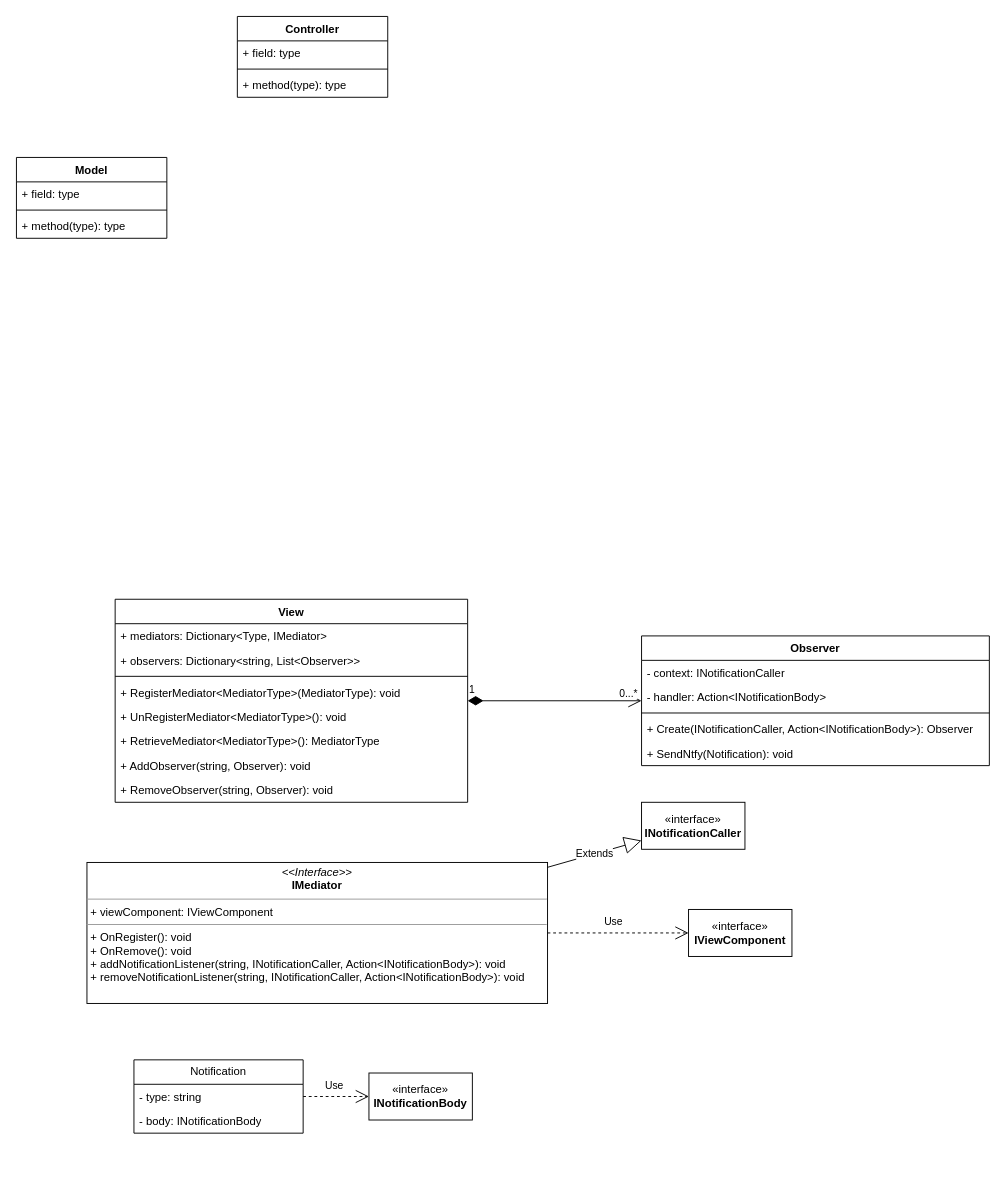
Earlier version of the draw.io diagram pureMVC.drawio (GameCater/DrawIO). Source tidied: cells renumbered, new cells numbered last; positions are measured from the earlier drawing's top-left corner, leaving out a move shared by most shapes. Both pictures are drawn from the tidied source at 94%, with x=0, y=0 at pixel (16, 16).
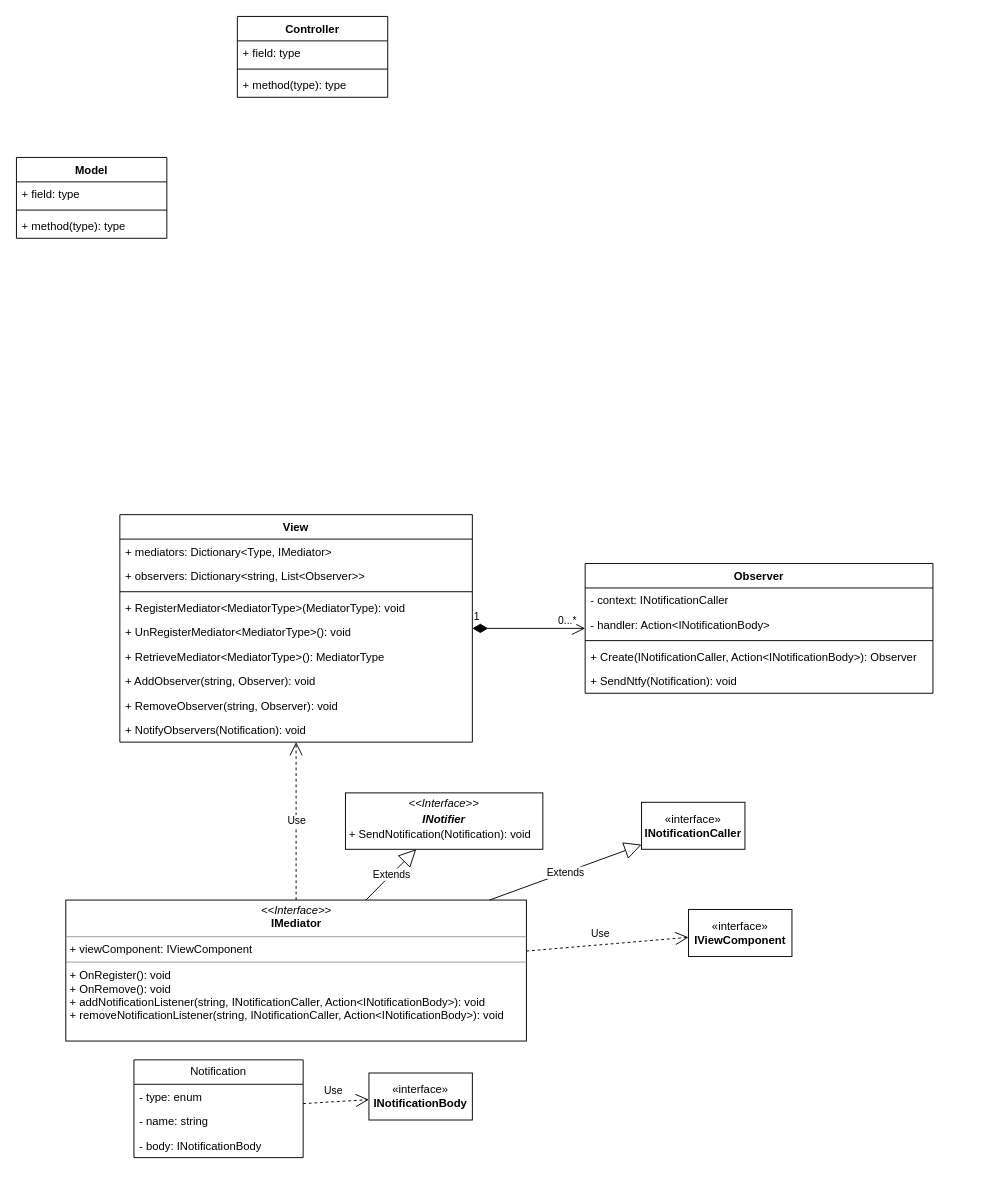
The same diagram, later.

Unchanged cells that the change refers to:
```xml
<mxCell id="34" value="1" style="endArrow=open;html=1;endSize=12;startArrow=diamondThin;startSize=14;startFill=1;edgeStyle=orthogonalEdgeStyle;align=left;verticalAlign=bottom;rounded=0;" parent="1" edge="1" source="6" target="28">
  <mxGeometry x="-1" y="3" relative="1" as="geometry" />
</mxCell>
```

What changed in the source:
```diff
@@
     <mxCell id="6" value="View" style="swimlane;fontStyle=1;align=center;verticalAlign=top;horizontal=1;startSize=26;whiteSpace=wrap;html=1;" parent="1" vertex="1">
-      <mxGeometry x="105" y="620" width="375" height="216" as="geometry" />
+      <mxGeometry x="110" y="530" width="375" height="242" as="geometry" />
     </mxCell>
@@
+    <mxCell id="37" value="+ NotifyObservers(Notification): void" style="text;strokeColor=none;fillColor=none;align=left;verticalAlign=top;spacingLeft=4;spacingRight=4;overflow=hidden;whiteSpace=wrap;html=1;" parent="6" vertex="1">
+      <mxGeometry y="216" width="375" height="26" as="geometry" />
+    </mxCell>
@@
     <mxCell id="19" value="&lt;p style=&quot;margin:0px;margin-top:4px;text-align:center;&quot;&gt;&lt;i&gt;&amp;lt;&amp;lt;Interface&amp;gt;&amp;gt;&lt;/i&gt;&lt;br&gt;&lt;b&gt;IMediator&lt;/b&gt;&lt;/p&gt;&lt;hr size=&quot;1&quot;&gt;&lt;p style=&quot;margin:0px;margin-left:4px;&quot;&gt;+ viewComponent: IViewComponent&lt;br&gt;&lt;/p&gt;&lt;hr size=&quot;1&quot;&gt;&lt;p style=&quot;margin:0px;margin-left:4px;&quot;&gt;+ OnRegister(): void&lt;/p&gt;&lt;p style=&quot;margin:0px;margin-left:4px;&quot;&gt;+ OnRemove(): void&lt;/p&gt;&lt;p style=&quot;margin:0px;margin-left:4px;&quot;&gt;+ addNotificationListener(string, INotificationCaller, Action&amp;lt;INotificationBody&amp;gt;): void&lt;/p&gt;&lt;p style=&quot;margin:0px;margin-left:4px;&quot;&gt;+ removeNotificationListener(string, INotificationCaller, Action&amp;lt;INotificationBody&amp;gt;): void&lt;br&gt;&lt;/p&gt;" style="verticalAlign=top;align=left;overflow=fill;fontSize=12;fontFamily=Helvetica;html=1;whiteSpace=wrap;" parent="1" vertex="1">
-      <mxGeometry x="75" y="900" width="490" height="150" as="geometry" />
+      <mxGeometry x="52.5" y="940" width="490" height="150" as="geometry" />
     </mxCell>
@@
     <mxCell id="22" value="Notification" style="swimlane;fontStyle=0;horizontal=1;startSize=26;fillColor=none;whiteSpace=wrap;html=1;" parent="1" vertex="1">
-      <mxGeometry x="125" y="1110" width="180" height="78" as="geometry" />
+      <mxGeometry x="125" y="1110" width="180" height="104" as="geometry" />
     </mxCell>
-    <mxCell id="23" value="- type: string" style="text;strokeColor=none;fillColor=none;align=left;verticalAlign=top;spacingLeft=4;spacingRight=4;overflow=hidden;whiteSpace=wrap;html=1;" parent="22" vertex="1">
+    <mxCell id="23" value="- type: enum" style="text;strokeColor=none;fillColor=none;align=left;verticalAlign=top;spacingLeft=4;spacingRight=4;overflow=hidden;whiteSpace=wrap;html=1;" parent="22" vertex="1">
       <mxGeometry y="26" width="180" height="26" as="geometry" />
     </mxCell>
+    <mxCell id="38" value="- name: string" style="text;strokeColor=none;fillColor=none;align=left;verticalAlign=top;spacingLeft=4;spacingRight=4;overflow=hidden;whiteSpace=wrap;html=1;" parent="22" vertex="1">
+      <mxGeometry y="52" width="180" height="26" as="geometry" />
+    </mxCell>
     <mxCell id="24" value="- body: INotificationBody" style="text;strokeColor=none;fillColor=none;align=left;verticalAlign=top;spacingLeft=4;spacingRight=4;overflow=hidden;whiteSpace=wrap;html=1;" parent="22" vertex="1">
-      <mxGeometry y="52" width="180" height="26" as="geometry" />
+      <mxGeometry y="78" width="180" height="26" as="geometry" />
     </mxCell>
@@
     <mxCell id="28" value="Observer" style="swimlane;fontStyle=1;align=center;verticalAlign=top;horizontal=1;startSize=26;whiteSpace=wrap;html=1;" parent="1" vertex="1">
-      <mxGeometry x="665" y="659" width="370" height="138" as="geometry" />
+      <mxGeometry x="605" y="582" width="370" height="138" as="geometry" />
     </mxCell>
@@
     <mxCell id="35" value="0...*" style="edgeLabel;html=1;align=center;verticalAlign=middle;" parent="34" vertex="1">
       <mxGeometry x="0.84" y="-1" relative="1" as="geometry">
-        <mxPoint y="-10" as="offset" />
+        <mxPoint x="-10" y="-10" as="offset" />
       </mxGeometry>
     </mxCell>
@@
+    <mxCell id="39" value="&lt;p style=&quot;margin:0px;margin-top:4px;text-align:center;&quot;&gt;&lt;i&gt;&amp;lt;&amp;lt;Interface&amp;gt;&amp;gt;&lt;/i&gt;&lt;br&gt;&lt;/p&gt;&lt;p style=&quot;margin:0px;margin-top:4px;text-align:center;&quot;&gt;&lt;i&gt;&lt;b&gt;INotifier&lt;/b&gt;&lt;/i&gt;&lt;/p&gt;&lt;p style=&quot;margin:0px;margin-left:4px;&quot;&gt;+ SendNotification(Notification): void&lt;/p&gt;" style="verticalAlign=top;align=left;overflow=fill;fontSize=12;fontFamily=Helvetica;html=1;whiteSpace=wrap;" parent="1" vertex="1">
+      <mxGeometry x="350" y="826" width="210" height="60" as="geometry" />
+    </mxCell>
+    <mxCell id="40" value="Extends" style="endArrow=block;endSize=16;endFill=0;html=1;rounded=0;" parent="1" edge="1" source="19" target="39">
+      <mxGeometry relative="1" as="geometry" />
+    </mxCell>
+    <mxCell id="41" value="Use" style="endArrow=open;endSize=12;dashed=1;html=1;rounded=0;" parent="1" edge="1" source="19" target="6">
+      <mxGeometry relative="1" as="geometry" />
+    </mxCell>
```
